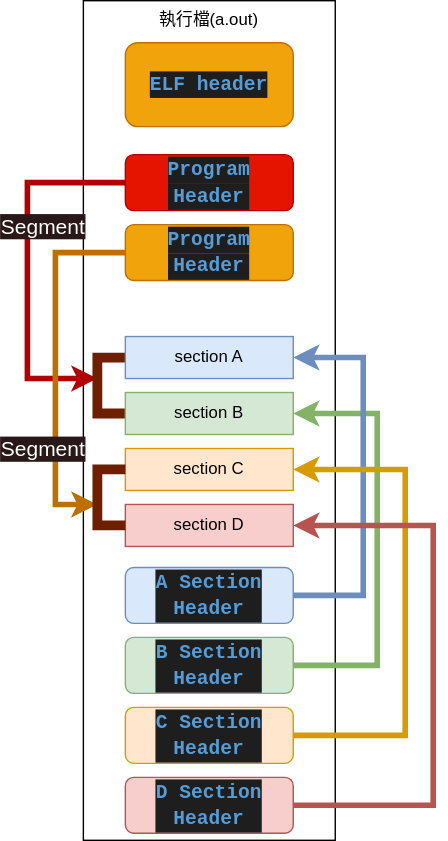
Above: content/en/posts/linux/elf_arch.drawio.svg in Lu-Yi-Hsun/lu-yi-hsun.github.io (draw.io), before the change. Source tidied: cells renumbered, new cells last; positions are measured from the earlier drawing's top-left corner, leaving out a move shared by most shapes.
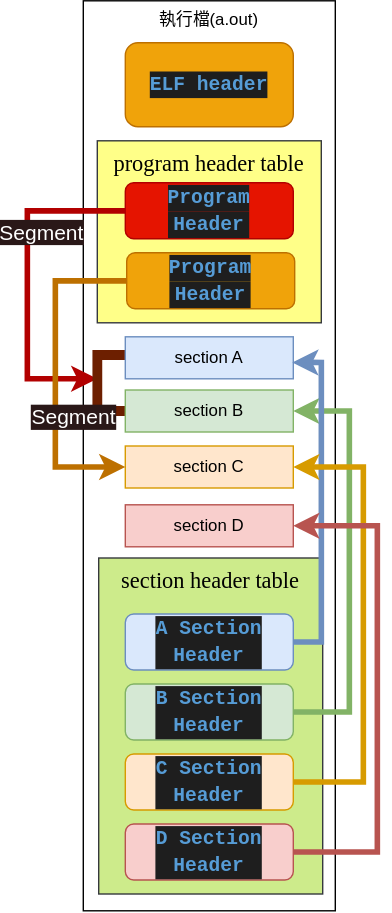
After the change.

Change to the diagram source:
```diff
@@ -3,27 +3,33 @@
     <mxCell id="0" />
     <mxCell id="1" parent="0" />
     <mxCell id="2" value="執行檔(a.out)" style="rounded=0;whiteSpace=wrap;html=1;verticalAlign=top;" parent="1" vertex="1">
-      <mxGeometry x="40" width="180" height="600" as="geometry" />
+      <mxGeometry x="40" width="180" height="650" as="geometry" />
     </mxCell>
+    <mxCell id="24" value="&lt;span style=&quot;color: rgb(0 , 0 , 0) ; font-family: &amp;#34;times new roman&amp;#34; ; font-size: medium&quot;&gt;section header table&lt;/span&gt;" style="rounded=0;whiteSpace=wrap;html=1;verticalAlign=top;fillColor=#cdeb8b;strokeColor=#36393d;" parent="1" vertex="1">
+      <mxGeometry x="51" y="398" width="160" height="240" as="geometry" />
+    </mxCell>
+    <mxCell id="25" value="&lt;span style=&quot;color: rgb(0 , 0 , 0) ; font-family: &amp;#34;times new roman&amp;#34; ; font-size: medium&quot;&gt;program header table&lt;/span&gt;" style="rounded=0;whiteSpace=wrap;html=1;verticalAlign=top;fillColor=#ffff88;strokeColor=#36393d;" parent="1" vertex="1">
+      <mxGeometry x="50" y="100" width="160" height="130" as="geometry" />
+    </mxCell>
     <mxCell id="3" value="&lt;div style=&quot;color: rgb(212 , 212 , 212) ; background-color: rgb(30 , 30 , 30) ; font-family: &amp;#34;droid sans mono&amp;#34; , monospace , monospace , &amp;#34;droid sans fallback&amp;#34; ; font-size: 14px ; line-height: 19px&quot;&gt;&lt;span style=&quot;color: #569cd6 ; font-weight: bold&quot;&gt;ELF header&lt;/span&gt;&lt;/div&gt;" style="rounded=1;whiteSpace=wrap;html=1;fillColor=#f0a30a;strokeColor=#BD7000;fontColor=#ffffff;" parent="1" vertex="1">
       <mxGeometry x="70" y="30" width="120" height="60" as="geometry" />
     </mxCell>
     <mxCell id="4" style="edgeStyle=orthogonalEdgeStyle;rounded=0;jettySize=auto;html=1;entryX=1;entryY=0.5;entryDx=0;entryDy=0;endArrow=classic;endFill=1;strokeWidth=4;fontSize=15;fillColor=#d5e8d4;strokeColor=#82b366;exitX=1;exitY=0.5;exitDx=0;exitDy=0;" parent="1" edge="1" source="5" target="11">
       <mxGeometry relative="1" as="geometry">
         <Array as="points">
-          <mxPoint x="250" y="475" />
-          <mxPoint x="250" y="295" />
+          <mxPoint x="230" y="508" />
+          <mxPoint x="230" y="293" />
         </Array>
       </mxGeometry>
     </mxCell>
     <mxCell id="5" value="&lt;div style=&quot;color: rgb(212 , 212 , 212) ; background-color: rgb(30 , 30 , 30) ; font-family: &amp;#34;droid sans mono&amp;#34; , monospace , monospace , &amp;#34;droid sans fallback&amp;#34; ; font-size: 14px ; line-height: 19px&quot;&gt;&lt;div style=&quot;font-family: &amp;#34;droid sans mono&amp;#34; , monospace , monospace , &amp;#34;droid sans fallback&amp;#34; ; line-height: 19px&quot;&gt;&lt;span style=&quot;color: #569cd6 ; font-weight: bold&quot;&gt;B Section&lt;/span&gt;&lt;/div&gt;&lt;div style=&quot;font-family: &amp;#34;droid sans mono&amp;#34; , monospace , monospace , &amp;#34;droid sans fallback&amp;#34; ; line-height: 19px&quot;&gt;&lt;span style=&quot;color: #569cd6 ; font-weight: bold&quot;&gt;Header&lt;/span&gt;&lt;/div&gt;&lt;/div&gt;" style="rounded=1;whiteSpace=wrap;html=1;fillColor=#d5e8d4;strokeColor=#82b366;" parent="1" vertex="1">
-      <mxGeometry x="70" y="455" width="120" height="40" as="geometry" />
+      <mxGeometry x="70" y="488" width="120" height="40" as="geometry" />
     </mxCell>
     <mxCell id="6" style="edgeStyle=orthogonalEdgeStyle;rounded=0;jettySize=auto;html=1;strokeWidth=4;fillColor=#e51400;strokeColor=#B20000;" parent="1" edge="1" source="8">
       <mxGeometry relative="1" as="geometry">
         <mxPoint x="50" y="270" as="targetPoint" />
         <Array as="points">
-          <mxPoint y="130" />
+          <mxPoint y="150" />
           <mxPoint y="270" />
         </Array>
       </mxGeometry>
@@ -34,14 +40,13 @@
       </mxGeometry>
     </mxCell>
     <mxCell id="8" value="&lt;div style=&quot;color: rgb(212 , 212 , 212) ; background-color: rgb(30 , 30 , 30) ; font-family: &amp;#34;droid sans mono&amp;#34; , monospace , monospace , &amp;#34;droid sans fallback&amp;#34; ; font-size: 14px ; line-height: 19px&quot;&gt;&lt;span style=&quot;color: rgb(86 , 156 , 214) ; font-weight: 700 ; text-align: left&quot;&gt;Program&lt;/span&gt;&lt;/div&gt;&lt;div style=&quot;color: rgb(212 , 212 , 212) ; background-color: rgb(30 , 30 , 30) ; font-family: &amp;#34;droid sans mono&amp;#34; , monospace , monospace , &amp;#34;droid sans fallback&amp;#34; ; font-size: 14px ; line-height: 19px&quot;&gt;&lt;span style=&quot;color: rgb(86 , 156 , 214) ; font-weight: 700 ; text-align: left&quot;&gt;Header&lt;/span&gt;&lt;br&gt;&lt;/div&gt;" style="rounded=1;whiteSpace=wrap;html=1;fillColor=#e51400;strokeColor=#B20000;fontColor=#ffffff;" parent="1" vertex="1">
-      <mxGeometry x="70" y="110" width="120" height="40" as="geometry" />
+      <mxGeometry x="70" y="130" width="120" height="40" as="geometry" />
     </mxCell>
-    <mxCell id="9" style="edgeStyle=orthogonalEdgeStyle;rounded=0;jettySize=auto;html=1;entryX=0;entryY=0.5;entryDx=0;entryDy=0;fontSize=15;endArrow=none;endFill=0;strokeWidth=7;exitX=0;exitY=0.5;exitDx=0;exitDy=0;fillColor=#a0522d;strokeColor=#6D1F00;" parent="1" edge="1" source="10" target="11">
+    <mxCell id="9" style="edgeStyle=orthogonalEdgeStyle;rounded=0;jettySize=auto;html=1;fontSize=15;endArrow=none;endFill=0;strokeWidth=7;exitX=0;exitY=0.5;exitDx=0;exitDy=0;fillColor=#a0522d;strokeColor=#6D1F00;entryX=0;entryY=0.5;entryDx=0;entryDy=0;" parent="1" edge="1" source="10" target="11">
       <mxGeometry relative="1" as="geometry">
         <Array as="points">
-          <mxPoint x="70" y="255" />
-          <mxPoint x="50" y="255" />
-          <mxPoint x="50" y="295" />
+          <mxPoint x="50" y="253" />
+          <mxPoint x="50" y="293" />
         </Array>
       </mxGeometry>
     </mxCell>
@@ -49,21 +54,16 @@
       <mxGeometry x="70" y="240" width="120" height="30" as="geometry" />
     </mxCell>
     <mxCell id="11" value="section B" style="rounded=0;whiteSpace=wrap;html=1;fillColor=#d5e8d4;strokeColor=#82b366;" parent="1" vertex="1">
-      <mxGeometry x="70" y="280" width="120" height="30" as="geometry" />
+      <mxGeometry x="70" y="278" width="120" height="30" as="geometry" />
     </mxCell>
     <mxCell id="12" value="section C" style="rounded=0;whiteSpace=wrap;html=1;fillColor=#ffe6cc;strokeColor=#d79b00;" parent="1" vertex="1">
-      <mxGeometry x="70" y="320" width="120" height="30" as="geometry" />
+      <mxGeometry x="70" y="318" width="120" height="30" as="geometry" />
     </mxCell>
-    <mxCell id="13" style="edgeStyle=orthogonalEdgeStyle;rounded=0;jettySize=auto;html=1;entryX=1;entryY=0.5;entryDx=0;entryDy=0;endArrow=classic;endFill=1;strokeWidth=4;fontSize=15;fillColor=#dae8fc;strokeColor=#6c8ebf;exitX=1;exitY=0.5;exitDx=0;exitDy=0;" parent="1" edge="1" source="14" target="10">
-      <mxGeometry relative="1" as="geometry">
-        <Array as="points">
-          <mxPoint x="240" y="425" />
-          <mxPoint x="240" y="255" />
-        </Array>
-      </mxGeometry>
+    <mxCell id="13" style="edgeStyle=orthogonalEdgeStyle;rounded=0;jettySize=auto;html=1;entryX=0.994;entryY=0.609;entryDx=0;entryDy=0;endArrow=classic;endFill=1;strokeWidth=4;fontSize=15;fillColor=#dae8fc;strokeColor=#6c8ebf;exitX=1;exitY=0.5;exitDx=0;exitDy=0;entryPerimeter=0;" parent="1" edge="1" source="14" target="10">
+      <mxGeometry relative="1" as="geometry" />
     </mxCell>
     <mxCell id="14" value="&lt;div style=&quot;color: rgb(212 , 212 , 212) ; background-color: rgb(30 , 30 , 30) ; font-family: &amp;#34;droid sans mono&amp;#34; , monospace , monospace , &amp;#34;droid sans fallback&amp;#34; ; font-size: 14px ; line-height: 19px&quot;&gt;&lt;div style=&quot;font-family: &amp;#34;droid sans mono&amp;#34; , monospace , monospace , &amp;#34;droid sans fallback&amp;#34; ; line-height: 19px&quot;&gt;&lt;span style=&quot;color: #569cd6 ; font-weight: bold&quot;&gt;A Section&lt;/span&gt;&lt;/div&gt;&lt;div style=&quot;font-family: &amp;#34;droid sans mono&amp;#34; , monospace , monospace , &amp;#34;droid sans fallback&amp;#34; ; line-height: 19px&quot;&gt;&lt;span style=&quot;color: #569cd6 ; font-weight: bold&quot;&gt;Header&lt;/span&gt;&lt;/div&gt;&lt;/div&gt;" style="rounded=1;whiteSpace=wrap;html=1;fillColor=#dae8fc;strokeColor=#6c8ebf;" parent="1" vertex="1">
-      <mxGeometry x="70" y="405" width="120" height="40" as="geometry" />
+      <mxGeometry x="70" y="438" width="120" height="40" as="geometry" />
     </mxCell>
     <mxCell id="15" value="section D" style="rounded=0;whiteSpace=wrap;html=1;fillColor=#f8cecc;strokeColor=#b85450;" parent="1" vertex="1">
       <mxGeometry x="70" y="360" width="120" height="30" as="geometry" />
@@ -71,31 +71,30 @@
     <mxCell id="16" style="edgeStyle=orthogonalEdgeStyle;rounded=0;jettySize=auto;html=1;endArrow=classic;endFill=1;strokeWidth=4;fontSize=15;entryX=1;entryY=0.5;entryDx=0;entryDy=0;fillColor=#ffe6cc;strokeColor=#d79b00;exitX=1;exitY=0.5;exitDx=0;exitDy=0;" parent="1" edge="1" source="17" target="12">
       <mxGeometry relative="1" as="geometry">
         <Array as="points">
-          <mxPoint x="270" y="525" />
-          <mxPoint x="270" y="335" />
+          <mxPoint x="240" y="558" />
+          <mxPoint x="240" y="333" />
         </Array>
       </mxGeometry>
     </mxCell>
     <mxCell id="17" value="&lt;div style=&quot;color: rgb(212 , 212 , 212) ; background-color: rgb(30 , 30 , 30) ; font-family: &amp;#34;droid sans mono&amp;#34; , monospace , monospace , &amp;#34;droid sans fallback&amp;#34; ; font-size: 14px ; line-height: 19px&quot;&gt;&lt;div style=&quot;font-family: &amp;#34;droid sans mono&amp;#34; , monospace , monospace , &amp;#34;droid sans fallback&amp;#34; ; line-height: 19px&quot;&gt;&lt;span style=&quot;color: #569cd6 ; font-weight: bold&quot;&gt;C Section&lt;/span&gt;&lt;/div&gt;&lt;div style=&quot;font-family: &amp;#34;droid sans mono&amp;#34; , monospace , monospace , &amp;#34;droid sans fallback&amp;#34; ; line-height: 19px&quot;&gt;&lt;span style=&quot;color: #569cd6 ; font-weight: bold&quot;&gt;Header&lt;/span&gt;&lt;/div&gt;&lt;/div&gt;" style="rounded=1;whiteSpace=wrap;html=1;fillColor=#ffe6cc;strokeColor=#d79b00;" parent="1" vertex="1">
-      <mxGeometry x="70" y="505" width="120" height="40" as="geometry" />
+      <mxGeometry x="70" y="538" width="120" height="40" as="geometry" />
     </mxCell>
     <mxCell id="18" style="edgeStyle=orthogonalEdgeStyle;rounded=0;jettySize=auto;html=1;entryX=1;entryY=0.5;entryDx=0;entryDy=0;endArrow=classic;endFill=1;strokeWidth=4;fontSize=15;fillColor=#f8cecc;strokeColor=#b85450;exitX=1;exitY=0.5;exitDx=0;exitDy=0;" parent="1" edge="1" source="19" target="15">
       <mxGeometry relative="1" as="geometry">
         <Array as="points">
-          <mxPoint x="290" y="575" />
-          <mxPoint x="290" y="375" />
+          <mxPoint x="250" y="608" />
+          <mxPoint x="250" y="375" />
         </Array>
       </mxGeometry>
     </mxCell>
     <mxCell id="19" value="&lt;div style=&quot;color: rgb(212 , 212 , 212) ; background-color: rgb(30 , 30 , 30) ; font-family: &amp;#34;droid sans mono&amp;#34; , monospace , monospace , &amp;#34;droid sans fallback&amp;#34; ; font-size: 14px ; line-height: 19px&quot;&gt;&lt;div style=&quot;font-family: &amp;#34;droid sans mono&amp;#34; , monospace , monospace , &amp;#34;droid sans fallback&amp;#34; ; line-height: 19px&quot;&gt;&lt;span style=&quot;color: #569cd6 ; font-weight: bold&quot;&gt;D Section&lt;/span&gt;&lt;/div&gt;&lt;div style=&quot;font-family: &amp;#34;droid sans mono&amp;#34; , monospace , monospace , &amp;#34;droid sans fallback&amp;#34; ; line-height: 19px&quot;&gt;&lt;span style=&quot;color: #569cd6 ; font-weight: bold&quot;&gt;Header&lt;/span&gt;&lt;/div&gt;&lt;/div&gt;" style="rounded=1;whiteSpace=wrap;html=1;fillColor=#f8cecc;strokeColor=#b85450;" parent="1" vertex="1">
-      <mxGeometry x="70" y="555" width="120" height="40" as="geometry" />
+      <mxGeometry x="70" y="588" width="120" height="40" as="geometry" />
     </mxCell>
-    <mxCell id="20" style="edgeStyle=orthogonalEdgeStyle;rounded=0;jettySize=auto;html=1;endArrow=classic;endFill=1;strokeWidth=4;fontSize=15;fillColor=#f0a30a;strokeColor=#BD7000;" parent="1" edge="1" source="22">
+    <mxCell id="20" style="edgeStyle=orthogonalEdgeStyle;rounded=0;jettySize=auto;html=1;endArrow=classic;endFill=1;strokeWidth=4;fontSize=15;fillColor=#f0a30a;strokeColor=#BD7000;entryX=0;entryY=0.5;entryDx=0;entryDy=0;" parent="1" edge="1" source="22" target="12">
       <mxGeometry relative="1" as="geometry">
-        <mxPoint x="50" y="360" as="targetPoint" />
         <Array as="points">
-          <mxPoint x="20" y="180" />
-          <mxPoint x="20" y="360" />
+          <mxPoint x="20" y="200" />
+          <mxPoint x="20" y="333" />
         </Array>
       </mxGeometry>
     </mxCell>
@@ -105,15 +104,7 @@
       </mxGeometry>
     </mxCell>
     <mxCell id="22" value="&lt;div style=&quot;color: rgb(212 , 212 , 212) ; background-color: rgb(30 , 30 , 30) ; font-family: &amp;#34;droid sans mono&amp;#34; , monospace , monospace , &amp;#34;droid sans fallback&amp;#34; ; font-size: 14px ; line-height: 19px&quot;&gt;&lt;span style=&quot;color: rgb(86 , 156 , 214) ; font-weight: 700&quot;&gt;Program&lt;/span&gt;&lt;/div&gt;&lt;div style=&quot;color: rgb(212 , 212 , 212) ; background-color: rgb(30 , 30 , 30) ; font-family: &amp;#34;droid sans mono&amp;#34; , monospace , monospace , &amp;#34;droid sans fallback&amp;#34; ; font-size: 14px ; line-height: 19px&quot;&gt;&lt;span style=&quot;color: rgb(86 , 156 , 214) ; font-weight: 700&quot;&gt;Header&lt;/span&gt;&lt;br&gt;&lt;/div&gt;" style="rounded=1;whiteSpace=wrap;html=1;fillColor=#f0a30a;strokeColor=#BD7000;fontColor=#ffffff;" parent="1" vertex="1">
-      <mxGeometry x="70" y="160" width="120" height="40" as="geometry" />
+      <mxGeometry x="71" y="180" width="120" height="40" as="geometry" />
     </mxCell>
-    <mxCell id="23" style="edgeStyle=orthogonalEdgeStyle;rounded=0;jettySize=auto;html=1;entryX=0;entryY=0.5;entryDx=0;entryDy=0;endArrow=none;endFill=0;strokeWidth=7;fontSize=15;fillColor=#a0522d;strokeColor=#6D1F00;" parent="1" edge="1" source="12" target="15">
-      <mxGeometry relative="1" as="geometry">
-        <Array as="points">
-          <mxPoint x="50" y="335" />
-          <mxPoint x="50" y="375" />
-        </Array>
-      </mxGeometry>
-    </mxCell>
   </root>
 </mxGraphModel>
```
